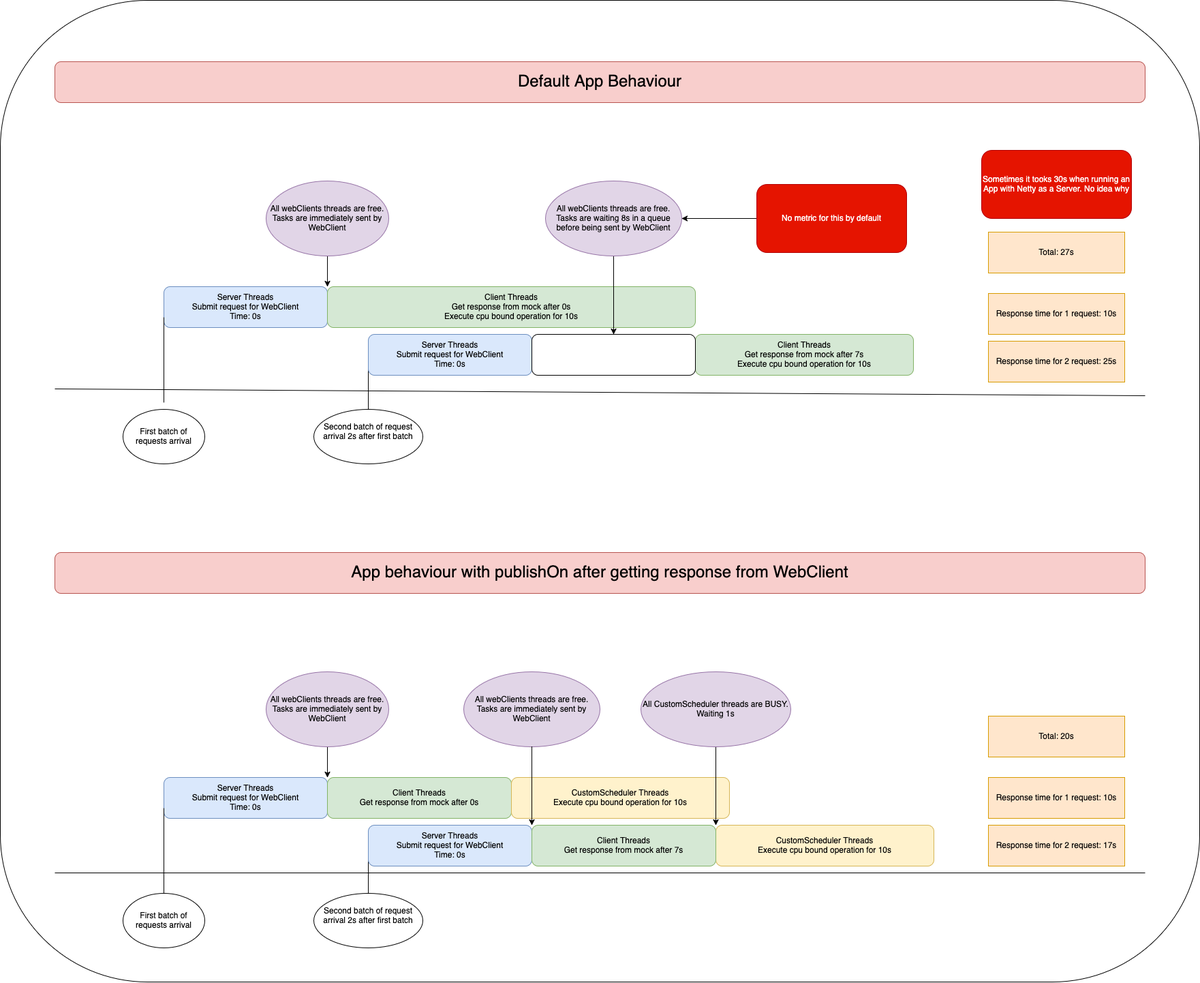
mateusz-nalepa/pending-task-time keeps this draw.io diagram as how-does-it-work.png. Above is the earlier version. Source tidied: cells renumbered, new cells last; positions are measured from the earlier drawing's top-left corner, leaving out a move shared by most shapes.
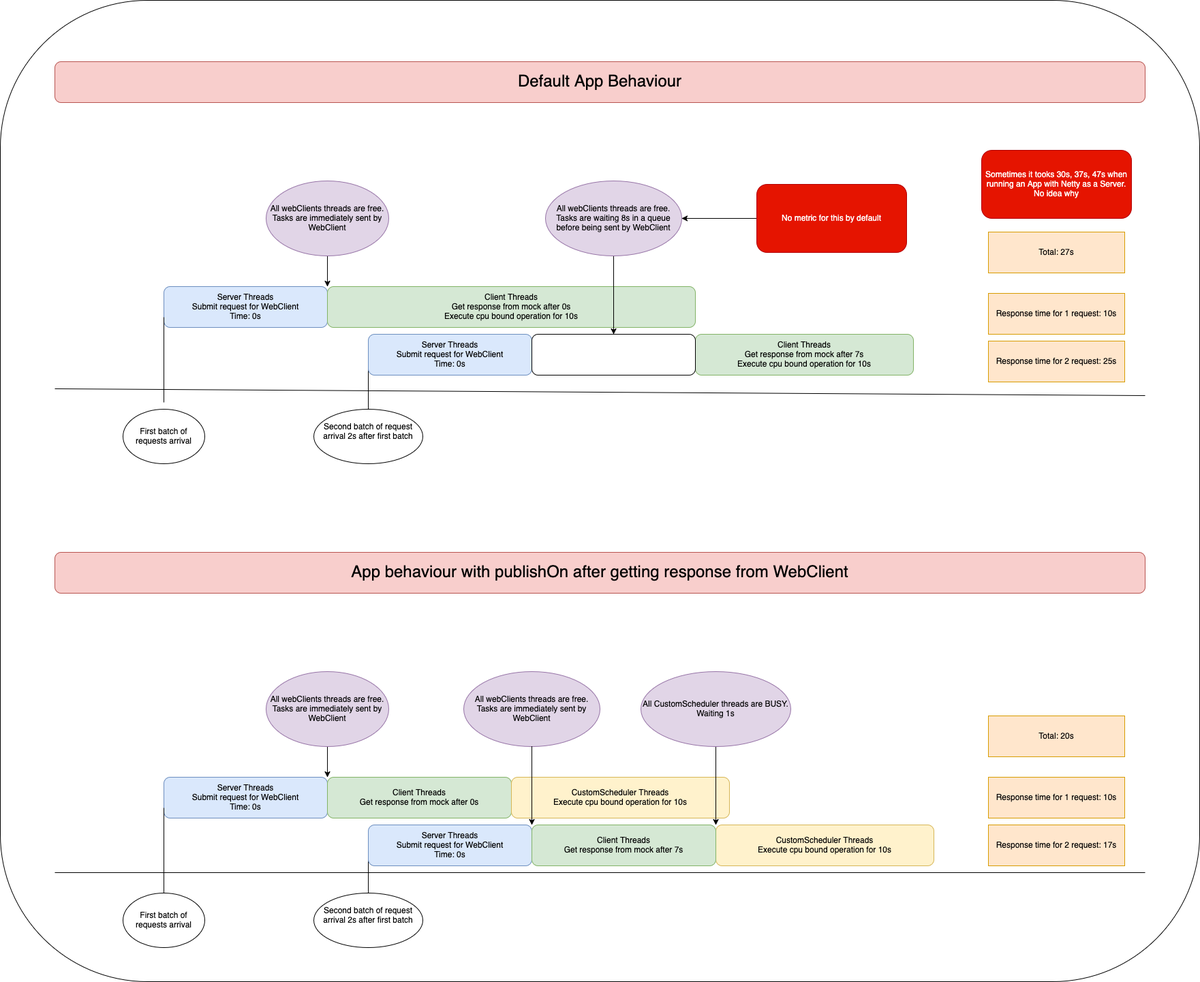
Later version of the same file.

The edit, as a diff of the source:
```diff
@@ -138,7 +138,7 @@
         <mxPoint x="1680" y="1280" as="targetPoint" />
       </mxGeometry>
     </mxCell>
-    <mxCell id="42" value="Sometimes it tooks 30s when running an App with Netty as a Server. No idea why" style="rounded=1;whiteSpace=wrap;html=1;fillColor=#e51400;fontColor=#ffffff;strokeColor=#B20000;" parent="1" vertex="1">
+    <mxCell id="42" value="Sometimes it tooks 30s, 37s, 47s when running an App with Netty as a Server. No idea why" style="rounded=1;whiteSpace=wrap;html=1;fillColor=#e51400;fontColor=#ffffff;strokeColor=#B20000;" parent="1" vertex="1">
       <mxGeometry x="1440" y="220" width="220" height="100" as="geometry" />
     </mxCell>
     <mxCell id="43" style="edgeStyle=orthogonalEdgeStyle;rounded=0;jettySize=auto;html=1;" parent="1" edge="1" source="44" target="14">
```
